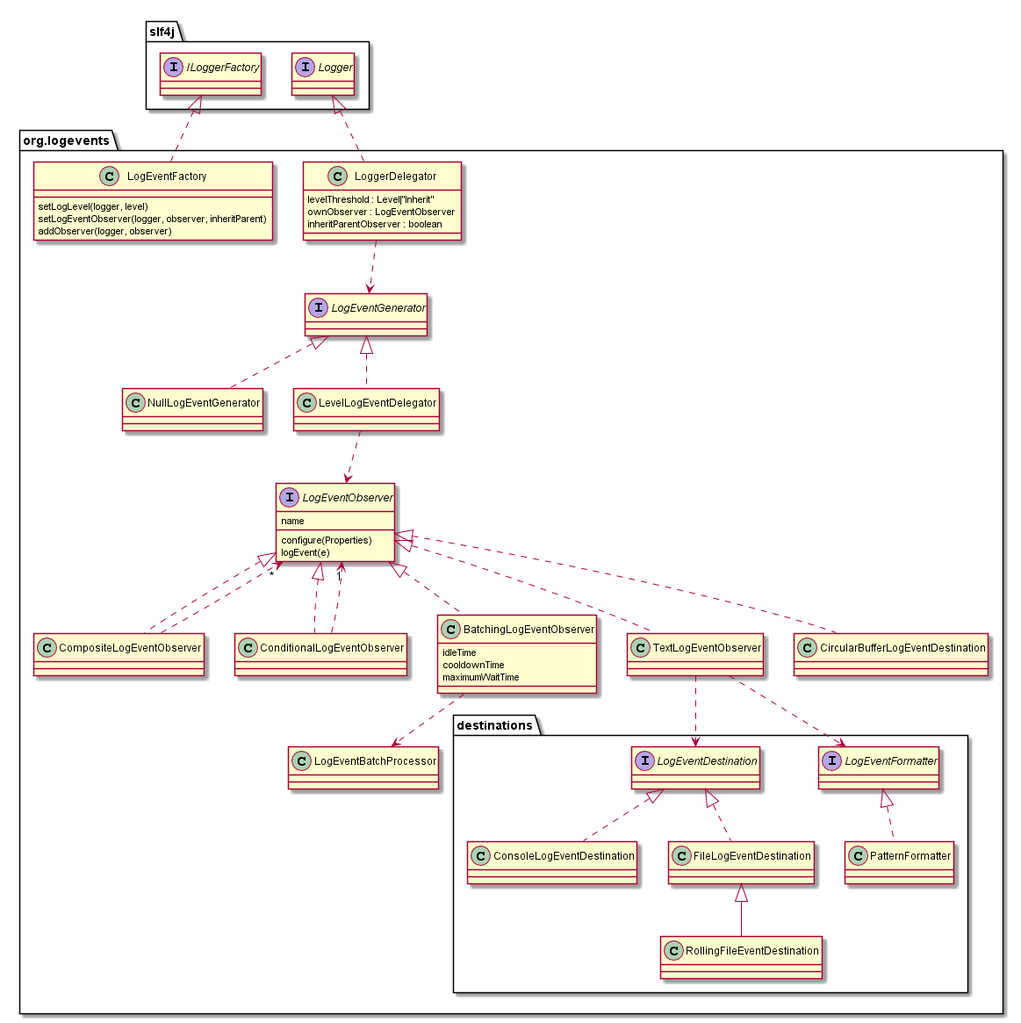
Before: doc/classes.png, a diagram exported from PlantUML (jhannes/logevents).
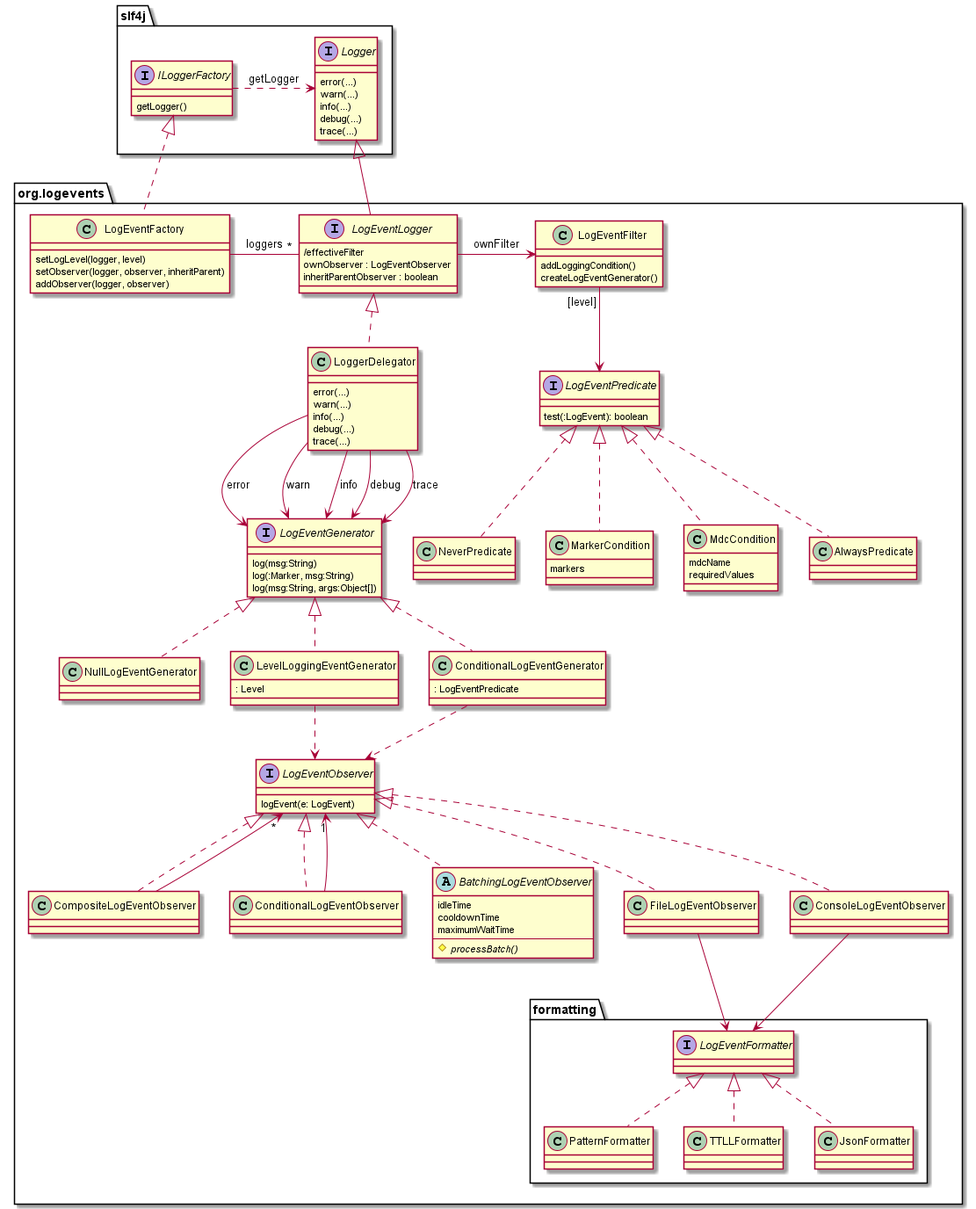
Later version of the same file.

The edit, as a diff of the source:
```diff
@@ -1,65 +1,110 @@
 @startuml
 
 package "slf4j" {
-  interface Logger
-  interface ILoggerFactory
+  interface ILoggerFactory {
+    getLogger()
+  }
+  interface Logger {
+    error(...)
+    warn(...)
+    info(...)
+    debug(...)
+    trace(...)
+  }
+  ILoggerFactory .right.> Logger: getLogger
 }
 
 package "org.logevents" {
 
-	class LoggerDelegator implements Logger {
-	  levelThreshold : Level|"Inherit"
+    interface LogEventLogger extends Logger {
+      /effectiveFilter
 	  ownObserver : LogEventObserver
 	  inheritParentObserver : boolean
+    }
+
+    class LogEventFilter {
+        addLoggingCondition()
+        createLogEventGenerator()
+    }
+    LogEventLogger -right-> LogEventFilter: ownFilter
+
+    interface LogEventPredicate {
+        test(:LogEvent): boolean
+    }
+    LogEventFilter "[level]" --> LogEventPredicate
+    class AlwaysPredicate implements LogEventPredicate
+    class NeverPredicate implements LogEventPredicate
+    class MarkerCondition implements LogEventPredicate {
+        markers
+    }
+    class MdcCondition implements LogEventPredicate {
+        mdcName
+        requiredValues
+    }
+
+	class LoggerDelegator implements LogEventLogger {
+	    error(...)
+	    warn(...)
+	    info(...)
+	    debug(...)
+	    trace(...)
 	}
 
 	class LogEventFactory implements ILoggerFactory {
 	  setLogLevel(logger, level)
-	  setLogEventObserver(logger, observer, inheritParent)
+	  setObserver(logger, observer, inheritParent)
 	  addObserver(logger, observer)
 	}
+	LogEventFactory -right- "*" LogEventLogger: loggers
 
-	interface LogEventGenerator
-	LoggerDelegator ..> LogEventGenerator
+	interface LogEventGenerator {
+	    log(msg:String)
+	    log(:Marker, msg:String)
+	    log(msg:String, args:Object[])
+	}
+	LoggerDelegator --> LogEventGenerator: error
+	LoggerDelegator --> LogEventGenerator: warn
+	LoggerDelegator --> LogEventGenerator: info
+	LoggerDelegator --> LogEventGenerator: debug
+	LoggerDelegator --> LogEventGenerator: trace
 
 	class NullLogEventGenerator implements LogEventGenerator
-	class LevelLogEventDelegator implements LogEventGenerator
+	class LevelLoggingEventGenerator implements LogEventGenerator {
+	    : Level
+	}
+	class ConditionalLogEventGenerator implements LogEventGenerator {
+	    : LogEventPredicate
+	}
 
 	interface LogEventObserver {
-	  name
-	  configure(Properties)
-	  logEvent(e)
+	  logEvent(e: LogEvent)
 	}
-	LevelLogEventDelegator ..> LogEventObserver
+	LevelLoggingEventGenerator ..> LogEventObserver
+	ConditionalLogEventGenerator ..> LogEventObserver
 
 	class CompositeLogEventObserver implements LogEventObserver
 	class ConditionalLogEventObserver implements LogEventObserver
-	class BatchingLogEventObserver implements LogEventObserver {
+	abstract class BatchingLogEventObserver implements LogEventObserver {
 	  idleTime
 	  cooldownTime
 	  maximumWaitTime
+	  --
+	  # {abstract} processBatch()
 	}
-	class TextLogEventObserver implements LogEventObserver
-	class CircularBufferLogEventDestination implements LogEventObserver
-	CompositeLogEventObserver ..> "*" LogEventObserver
-	ConditionalLogEventObserver ..> "1" LogEventObserver
+	class FileLogEventObserver implements LogEventObserver
+	class ConsoleLogEventObserver implements LogEventObserver
+	CompositeLogEventObserver --> "*" LogEventObserver
+	ConditionalLogEventObserver --> "1" LogEventObserver
 
 
-	package "destinations" {
+	package "formatting" {
 		interface LogEventFormatter
-		TextLogEventObserver ..> LogEventFormatter
-		class PatternFormatter implements LogEventFormatter
-
-		interface LogEventDestination
-		TextLogEventObserver ..> LogEventDestination
-
-		class ConsoleLogEventDestination implements LogEventDestination
-		class FileLogEventDestination implements LogEventDestination
-		class RollingFileEventDestination extends FileLogEventDestination
+		FileLogEventObserver --> LogEventFormatter
+		ConsoleLogEventObserver --> LogEventFormatter
+        class PatternFormatter implements LogEventFormatter
+        class TTLLFormatter implements LogEventFormatter
+        class JsonFormatter implements LogEventFormatter
 	}
-
-	class LogEventBatchProcessor
-	BatchingLogEventObserver ..> LogEventBatchProcessor
 
 }
 
```
